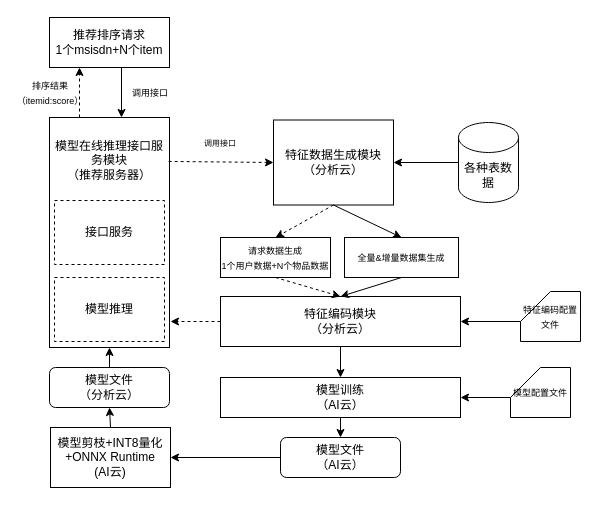
Before: 推荐模型推理.drawio in Luoxun1989/work-graph, a draw.io diagram. Source tidied: cells renumbered, new cells numbered last; positions are measured from the earlier drawing's top-left corner, leaving out a move shared by most shapes. Both pictures are drawn from the tidied source at 100%, with x=0, y=0 at pixel (20, 17).
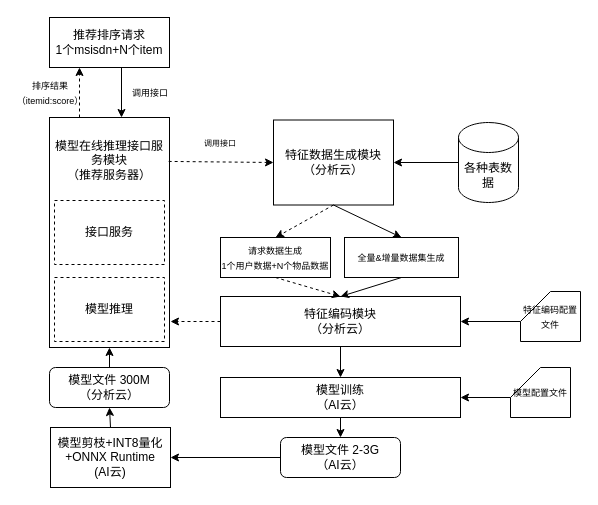
The same diagram, later.

Commit message (it also covers changes not shown here):
更新推荐模型推理.drawio

Change to the diagram source:
```diff
@@
-    <mxCell id="15" value="模型文件&lt;div&gt;（AI云）&lt;/div&gt;" style="rounded=1;whiteSpace=wrap;html=1;" parent="1" vertex="1">
+    <mxCell id="15" value="模型文件 2-3G&lt;div&gt;（AI云）&lt;/div&gt;" style="rounded=1;whiteSpace=wrap;html=1;" parent="1" vertex="1">
       <mxGeometry x="260" y="420" width="120" height="40" as="geometry" />
     </mxCell>
@@
-    <mxCell id="33" value="模型文件&lt;div&gt;（分析云）&lt;/div&gt;" style="rounded=1;whiteSpace=wrap;html=1;" parent="1" vertex="1">
+    <mxCell id="33" value="模型文件 300M&lt;div&gt;（分析云）&lt;/div&gt;" style="rounded=1;whiteSpace=wrap;html=1;" parent="1" vertex="1">
       <mxGeometry x="29" y="350" width="120" height="40" as="geometry" />
     </mxCell>
```
